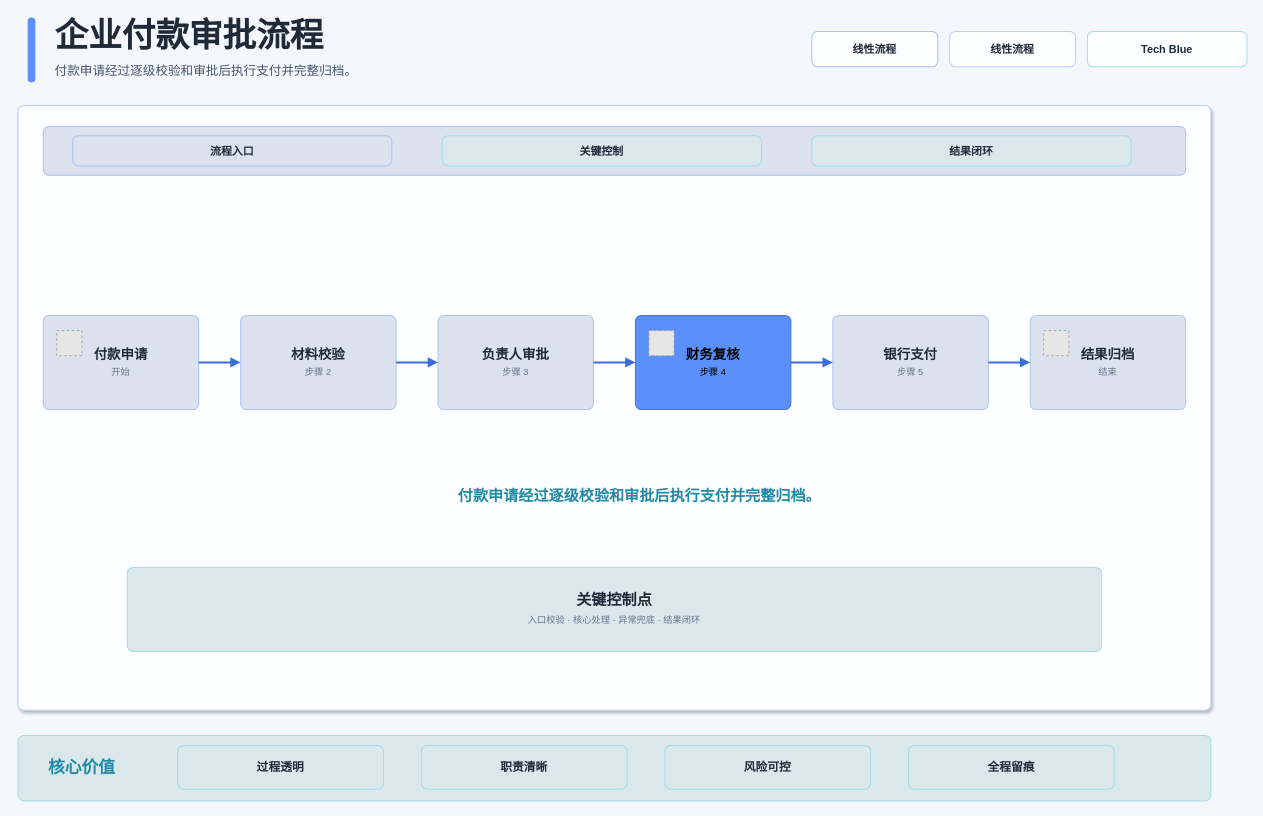
Earlier version of the draw.io diagram docs/xml-diagram/drawio/flow-linear-tech-blue-light-enterprise.drawio (BeWaterMyFriend7/SKILL-PROJECT). Source tidied: cells renumbered, new cells numbered last; positions are measured from the earlier drawing's top-left corner, leaving out a move shared by most shapes. Both pictures are drawn from the tidied source at 84%, with x=0, y=0 at pixel (18, 14). Pictures stored in the file or linked from it are replaced by grey dashed boxes.
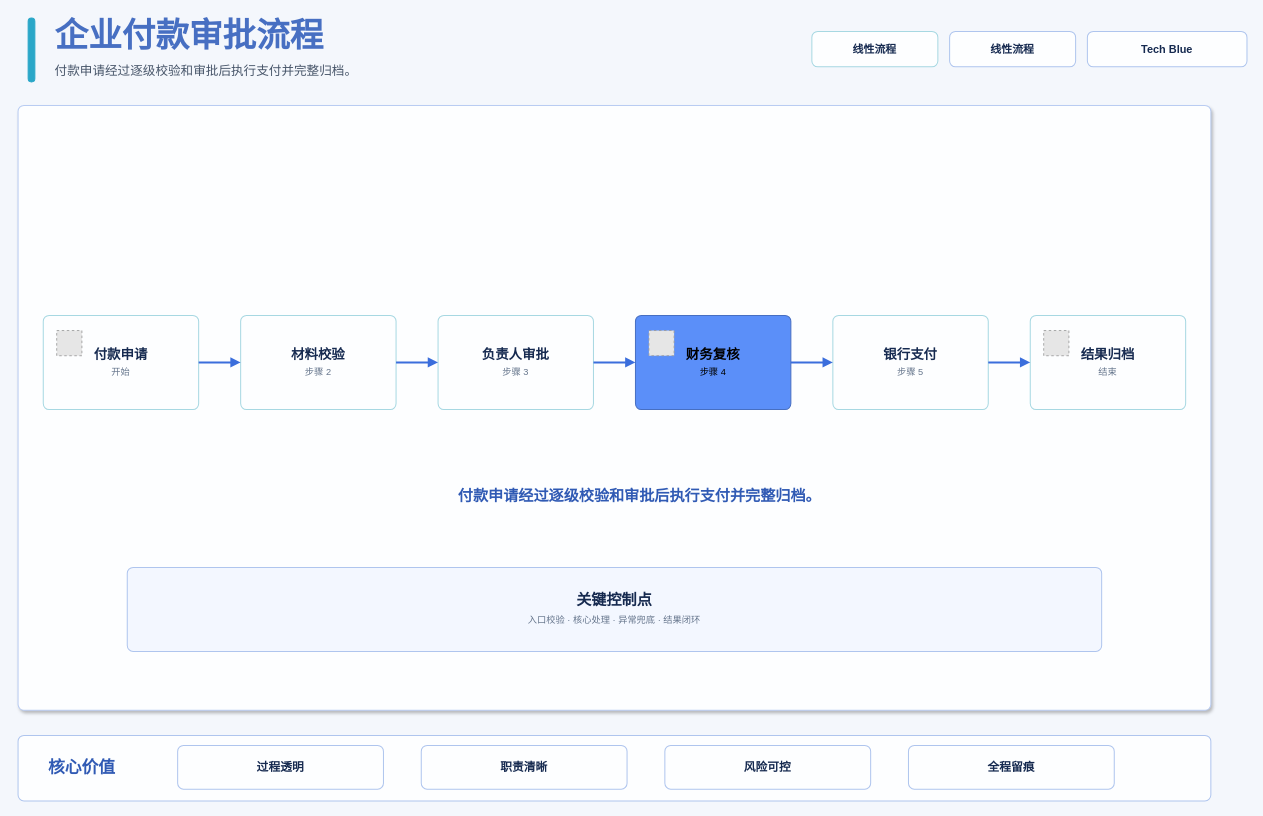
The same page after the edit.

What changed in the source:
```diff
@@
-    <mxCell id="2" style="rounded=1;absoluteArcSize=1;arcSize=14;whiteSpace=wrap;html=1;fillColor=#5B8FF9;strokeColor=#5B8FF9;strokeWidth=1.2;fontColor=#000000;fontSize=12;fontFamily=Microsoft YaHei;align=center;verticalAlign=middle;" parent="1" vertex="1">
+    <mxCell id="2" style="rounded=1;absoluteArcSize=1;arcSize=14;whiteSpace=wrap;html=1;fillColor=#2AA7C8;strokeColor=#2AA7C8;strokeWidth=1.2;fontColor=#000000;fontSize=12;fontFamily=Microsoft YaHei;align=center;verticalAlign=middle;" parent="1" vertex="1">
       <mxGeometry x="12" y="4" width="8" height="76" as="geometry" />
     </mxCell>
-    <mxCell id="3" value="企业付款审批流程" style="rounded=1;absoluteArcSize=1;arcSize=14;whiteSpace=wrap;html=1;fillColor=none;strokeColor=none;strokeWidth=1.2;fontColor=#1F2937;fontSize=40;fontFamily=Microsoft YaHei;align=left;verticalAlign=middle;fontStyle=1;" parent="1" vertex="1">
+    <mxCell id="3" value="企业付款审批流程" style="rounded=1;absoluteArcSize=1;arcSize=14;whiteSpace=wrap;html=1;fillColor=none;strokeColor=none;strokeWidth=1.2;fontColor=#476FC2;fontSize=40;fontFamily=Microsoft YaHei;align=left;verticalAlign=middle;fontStyle=1;" parent="1" vertex="1">
       <mxGeometry x="42" width="760" height="48" as="geometry" />
     </mxCell>
@@
-    <mxCell id="5" value="线性流程" style="rounded=1;absoluteArcSize=1;arcSize=14;whiteSpace=wrap;html=1;fillColor=#FDFEFF;strokeColor=#ADC2F0;strokeWidth=1.2;fontColor=#1F2937;fontSize=13;fontFamily=Microsoft YaHei;align=center;verticalAlign=middle;fontStyle=1;" parent="1" vertex="1">
+    <mxCell id="5" value="线性流程" style="rounded=1;absoluteArcSize=1;arcSize=14;whiteSpace=wrap;html=1;fillColor=#FDFEFF;strokeColor=#A7D8E2;strokeWidth=1.2;fontColor=#162A50;fontSize=13;fontFamily=Microsoft YaHei;align=center;verticalAlign=middle;fontStyle=1;" parent="1" vertex="1">
       <mxGeometry x="945" y="20" width="150" height="42" as="geometry" />
     </mxCell>
-    <mxCell id="6" value="线性流程" style="rounded=1;absoluteArcSize=1;arcSize=14;whiteSpace=wrap;html=1;fillColor=#FDFEFF;strokeColor=#BAD0FC;strokeWidth=1.2;fontColor=#1F2937;fontSize=13;fontFamily=Microsoft YaHei;align=center;verticalAlign=middle;fontStyle=1;" parent="1" vertex="1">
+    <mxCell id="6" value="线性流程" style="rounded=1;absoluteArcSize=1;arcSize=14;whiteSpace=wrap;html=1;fillColor=#FDFEFF;strokeColor=#AFC5EE;strokeWidth=1.2;fontColor=#162A50;fontSize=13;fontFamily=Microsoft YaHei;align=center;verticalAlign=middle;fontStyle=1;" parent="1" vertex="1">
       <mxGeometry x="1109" y="20" width="150" height="42" as="geometry" />
     </mxCell>
-    <mxCell id="7" value="Tech Blue" style="rounded=1;absoluteArcSize=1;arcSize=14;whiteSpace=wrap;html=1;fillColor=#FDFEFF;strokeColor=#A6DAE8;strokeWidth=1.2;fontColor=#1F2937;fontSize=13;fontFamily=Microsoft YaHei;align=center;verticalAlign=middle;fontStyle=1;" parent="1" vertex="1">
+    <mxCell id="7" value="Tech Blue" style="rounded=1;absoluteArcSize=1;arcSize=14;whiteSpace=wrap;html=1;fillColor=#FDFEFF;strokeColor=#AFC5EE;strokeWidth=1.2;fontColor=#162A50;fontSize=13;fontFamily=Microsoft YaHei;align=center;verticalAlign=middle;fontStyle=1;" parent="1" vertex="1">
       <mxGeometry x="1273" y="20" width="190" height="42" as="geometry" />
     </mxCell>
-    <mxCell id="8" style="rounded=1;absoluteArcSize=1;arcSize=14;whiteSpace=wrap;html=1;fillColor=#FDFEFF;strokeColor=#BAD0FC;strokeWidth=1.2;fontColor=#1F2937;fontSize=15;fontFamily=Microsoft YaHei;align=center;verticalAlign=middle;shadow=1;" parent="1" vertex="1">
+    <mxCell id="8" style="rounded=1;absoluteArcSize=1;arcSize=14;whiteSpace=wrap;html=1;fillColor=#FDFEFF;strokeColor=#B9CCF2;strokeWidth=1.2;fontColor=#162A50;fontSize=15;fontFamily=Microsoft YaHei;align=center;verticalAlign=middle;shadow=1;" parent="1" vertex="1">
       <mxGeometry y="108" width="1420" height="720" as="geometry" />
     </mxCell>
-    <mxCell id="9" style="rounded=1;absoluteArcSize=1;arcSize=14;whiteSpace=wrap;html=1;fillColor=#DBE2EE;strokeColor=#ADC2F0;strokeWidth=1.2;fontColor=#1F2937;fontSize=15;fontFamily=Microsoft YaHei;align=center;verticalAlign=middle;" parent="1" vertex="1">
-      <mxGeometry x="30" y="133" width="1360" height="58" as="geometry" />
-    </mxCell>
-    <mxCell id="10" value="&lt;b&gt;流程入口&lt;/b&gt;" style="rounded=1;absoluteArcSize=1;arcSize=14;whiteSpace=wrap;html=1;fillColor=#DBE2EE;strokeColor=#ADC2F0;strokeWidth=1.2;fontColor=#1F2937;fontSize=13;fontFamily=Microsoft YaHei;align=center;verticalAlign=middle;" parent="1" vertex="1">
-      <mxGeometry x="65" y="144" width="380" height="36" as="geometry" />
-    </mxCell>
-    <mxCell id="11" value="&lt;b&gt;关键控制&lt;/b&gt;" style="rounded=1;absoluteArcSize=1;arcSize=14;whiteSpace=wrap;html=1;fillColor=#DAE8EC;strokeColor=#A6DAE8;strokeWidth=1.2;fontColor=#1F2937;fontSize=13;fontFamily=Microsoft YaHei;align=center;verticalAlign=middle;" parent="1" vertex="1">
-      <mxGeometry x="505" y="144" width="380" height="36" as="geometry" />
-    </mxCell>
-    <mxCell id="12" value="&lt;b&gt;结果闭环&lt;/b&gt;" style="rounded=1;absoluteArcSize=1;arcSize=14;whiteSpace=wrap;html=1;fillColor=#DAE8EC;strokeColor=#A6DAE8;strokeWidth=1.2;fontColor=#1F2937;fontSize=13;fontFamily=Microsoft YaHei;align=center;verticalAlign=middle;" parent="1" vertex="1">
-      <mxGeometry x="945" y="144" width="380" height="36" as="geometry" />
-    </mxCell>
-    <mxCell id="13" style="rounded=1;absoluteArcSize=1;arcSize=14;whiteSpace=wrap;html=1;fillColor=#DAE8EC;strokeColor=#A6DAE8;strokeWidth=1.2;fontColor=#1F2937;fontSize=15;fontFamily=Microsoft YaHei;align=center;verticalAlign=middle;" parent="1" vertex="1">
+    <mxCell id="13" style="rounded=1;absoluteArcSize=1;arcSize=14;whiteSpace=wrap;html=1;fillColor=#FDFEFF;strokeColor=#AFC5EE;strokeWidth=1.2;fontColor=#162A50;fontSize=15;fontFamily=Microsoft YaHei;align=center;verticalAlign=middle;" parent="1" vertex="1">
       <mxGeometry y="858" width="1420" height="78" as="geometry" />
     </mxCell>
-    <mxCell id="14" value="&lt;b&gt;过程透明&lt;/b&gt;" style="rounded=1;absoluteArcSize=1;arcSize=14;whiteSpace=wrap;html=1;fillColor=#DAE8EC;strokeColor=#A6DAE8;strokeWidth=1.2;fontColor=#1F2937;fontSize=14;fontFamily=Microsoft YaHei;align=center;verticalAlign=middle;" parent="1" vertex="1">
+    <mxCell id="14" value="&lt;b&gt;过程透明&lt;/b&gt;" style="rounded=1;absoluteArcSize=1;arcSize=14;whiteSpace=wrap;html=1;fillColor=#FDFEFF;strokeColor=#AFC5EE;strokeWidth=1.2;fontColor=#162A50;fontSize=14;fontFamily=Microsoft YaHei;align=center;verticalAlign=middle;" parent="1" vertex="1">
       <mxGeometry x="190" y="870" width="245" height="52" as="geometry" />
     </mxCell>
-    <mxCell id="15" value="&lt;b&gt;职责清晰&lt;/b&gt;" style="rounded=1;absoluteArcSize=1;arcSize=14;whiteSpace=wrap;html=1;fillColor=#DAE8EC;strokeColor=#A6DAE8;strokeWidth=1.2;fontColor=#1F2937;fontSize=14;fontFamily=Microsoft YaHei;align=center;verticalAlign=middle;" parent="1" vertex="1">
+    <mxCell id="15" value="&lt;b&gt;职责清晰&lt;/b&gt;" style="rounded=1;absoluteArcSize=1;arcSize=14;whiteSpace=wrap;html=1;fillColor=#FDFEFF;strokeColor=#AFC5EE;strokeWidth=1.2;fontColor=#162A50;fontSize=14;fontFamily=Microsoft YaHei;align=center;verticalAlign=middle;" parent="1" vertex="1">
       <mxGeometry x="480" y="870" width="245" height="52" as="geometry" />
     </mxCell>
-    <mxCell id="16" value="&lt;b&gt;风险可控&lt;/b&gt;" style="rounded=1;absoluteArcSize=1;arcSize=14;whiteSpace=wrap;html=1;fillColor=#DAE8EC;strokeColor=#A6DAE8;strokeWidth=1.2;fontColor=#1F2937;fontSize=14;fontFamily=Microsoft YaHei;align=center;verticalAlign=middle;" parent="1" vertex="1">
+    <mxCell id="16" value="&lt;b&gt;风险可控&lt;/b&gt;" style="rounded=1;absoluteArcSize=1;arcSize=14;whiteSpace=wrap;html=1;fillColor=#FDFEFF;strokeColor=#AFC5EE;strokeWidth=1.2;fontColor=#162A50;fontSize=14;fontFamily=Microsoft YaHei;align=center;verticalAlign=middle;" parent="1" vertex="1">
       <mxGeometry x="770" y="870" width="245" height="52" as="geometry" />
     </mxCell>
-    <mxCell id="17" value="&lt;b&gt;全程留痕&lt;/b&gt;" style="rounded=1;absoluteArcSize=1;arcSize=14;whiteSpace=wrap;html=1;fillColor=#DAE8EC;strokeColor=#A6DAE8;strokeWidth=1.2;fontColor=#1F2937;fontSize=14;fontFamily=Microsoft YaHei;align=center;verticalAlign=middle;" parent="1" vertex="1">
+    <mxCell id="17" value="&lt;b&gt;全程留痕&lt;/b&gt;" style="rounded=1;absoluteArcSize=1;arcSize=14;whiteSpace=wrap;html=1;fillColor=#FDFEFF;strokeColor=#AFC5EE;strokeWidth=1.2;fontColor=#162A50;fontSize=14;fontFamily=Microsoft YaHei;align=center;verticalAlign=middle;" parent="1" vertex="1">
       <mxGeometry x="1060" y="870" width="245" height="52" as="geometry" />
     </mxCell>
-    <mxCell id="18" value="&lt;b&gt;付款申请&lt;/b&gt;&lt;br&gt;&lt;font style='font-size:11px;color:#64748B'&gt;开始&lt;/font&gt;" style="rounded=1;absoluteArcSize=1;arcSize=14;whiteSpace=wrap;html=1;fillColor=#DBE2EE;strokeColor=#ADC2F0;strokeWidth=1.2;fontColor=#1F2937;fontSize=16;fontFamily=Microsoft YaHei;align=center;verticalAlign=middle;" parent="1" vertex="1">
+    <mxCell id="18" value="&lt;b&gt;付款申请&lt;/b&gt;&lt;br&gt;&lt;font style='font-size:11px;color:#64748B'&gt;开始&lt;/font&gt;" style="rounded=1;absoluteArcSize=1;arcSize=14;whiteSpace=wrap;html=1;fillColor=#FDFEFF;strokeColor=#A7D8E2;strokeWidth=1.2;fontColor=#162A50;fontSize=16;fontFamily=Microsoft YaHei;align=center;verticalAlign=middle;" parent="1" vertex="1">
       <mxGeometry x="30" y="358" width="185" height="112" as="geometry" />
     </mxCell>
-    <mxCell id="19" value="&lt;b&gt;材料校验&lt;/b&gt;&lt;br&gt;&lt;font style='font-size:11px;color:#64748B'&gt;步骤 2&lt;/font&gt;" style="rounded=1;absoluteArcSize=1;arcSize=14;whiteSpace=wrap;html=1;fillColor=#DBE2EE;strokeColor=#ADC2F0;strokeWidth=1.2;fontColor=#1F2937;fontSize=16;fontFamily=Microsoft YaHei;align=center;verticalAlign=middle;" parent="1" vertex="1">
+    <mxCell id="19" value="&lt;b&gt;材料校验&lt;/b&gt;&lt;br&gt;&lt;font style='font-size:11px;color:#64748B'&gt;步骤 2&lt;/font&gt;" style="rounded=1;absoluteArcSize=1;arcSize=14;whiteSpace=wrap;html=1;fillColor=#FDFEFF;strokeColor=#A7D8E2;strokeWidth=1.2;fontColor=#162A50;fontSize=16;fontFamily=Microsoft YaHei;align=center;verticalAlign=middle;" parent="1" vertex="1">
       <mxGeometry x="265" y="358" width="185" height="112" as="geometry" />
     </mxCell>
-    <mxCell id="20" value="&lt;b&gt;负责人审批&lt;/b&gt;&lt;br&gt;&lt;font style='font-size:11px;color:#64748B'&gt;步骤 3&lt;/font&gt;" style="rounded=1;absoluteArcSize=1;arcSize=14;whiteSpace=wrap;html=1;fillColor=#DBE2EE;strokeColor=#ADC2F0;strokeWidth=1.2;fontColor=#1F2937;fontSize=16;fontFamily=Microsoft YaHei;align=center;verticalAlign=middle;" parent="1" vertex="1">
+    <mxCell id="20" value="&lt;b&gt;负责人审批&lt;/b&gt;&lt;br&gt;&lt;font style='font-size:11px;color:#64748B'&gt;步骤 3&lt;/font&gt;" style="rounded=1;absoluteArcSize=1;arcSize=14;whiteSpace=wrap;html=1;fillColor=#FDFEFF;strokeColor=#A7D8E2;strokeWidth=1.2;fontColor=#162A50;fontSize=16;fontFamily=Microsoft YaHei;align=center;verticalAlign=middle;" parent="1" vertex="1">
       <mxGeometry x="500" y="358" width="185" height="112" as="geometry" />
     </mxCell>
-    <mxCell id="21" value="&lt;b&gt;财务复核&lt;/b&gt;&lt;br&gt;&lt;font style='font-size:11px;color:#000000'&gt;步骤 4&lt;/font&gt;" style="rounded=1;absoluteArcSize=1;arcSize=14;whiteSpace=wrap;html=1;fillColor=#5B8FF9;strokeColor=#4B75CC;strokeWidth=1.2;fontColor=#000000;fontSize=16;fontFamily=Microsoft YaHei;align=center;verticalAlign=middle;" parent="1" vertex="1">
+    <mxCell id="21" value="&lt;b&gt;财务复核&lt;/b&gt;&lt;br&gt;&lt;font style='font-size:11px;color:#000000'&gt;步骤 4&lt;/font&gt;" style="rounded=1;absoluteArcSize=1;arcSize=14;whiteSpace=wrap;html=1;fillColor=#5B8FF9;strokeColor=#476FC2;strokeWidth=1.2;fontColor=#000000;fontSize=16;fontFamily=Microsoft YaHei;align=center;verticalAlign=middle;" parent="1" vertex="1">
       <mxGeometry x="735" y="358" width="185" height="112" as="geometry" />
     </mxCell>
-    <mxCell id="22" value="&lt;b&gt;银行支付&lt;/b&gt;&lt;br&gt;&lt;font style='font-size:11px;color:#64748B'&gt;步骤 5&lt;/font&gt;" style="rounded=1;absoluteArcSize=1;arcSize=14;whiteSpace=wrap;html=1;fillColor=#DBE2EE;strokeColor=#ADC2F0;strokeWidth=1.2;fontColor=#1F2937;fontSize=16;fontFamily=Microsoft YaHei;align=center;verticalAlign=middle;" parent="1" vertex="1">
+    <mxCell id="22" value="&lt;b&gt;银行支付&lt;/b&gt;&lt;br&gt;&lt;font style='font-size:11px;color:#64748B'&gt;步骤 5&lt;/font&gt;" style="rounded=1;absoluteArcSize=1;arcSize=14;whiteSpace=wrap;html=1;fillColor=#FDFEFF;strokeColor=#A7D8E2;strokeWidth=1.2;fontColor=#162A50;fontSize=16;fontFamily=Microsoft YaHei;align=center;verticalAlign=middle;" parent="1" vertex="1">
       <mxGeometry x="970" y="358" width="185" height="112" as="geometry" />
     </mxCell>
-    <mxCell id="23" value="&lt;b&gt;结果归档&lt;/b&gt;&lt;br&gt;&lt;font style='font-size:11px;color:#64748B'&gt;结束&lt;/font&gt;" style="rounded=1;absoluteArcSize=1;arcSize=14;whiteSpace=wrap;html=1;fillColor=#DBE2EE;strokeColor=#ADC2F0;strokeWidth=1.2;fontColor=#1F2937;fontSize=16;fontFamily=Microsoft YaHei;align=center;verticalAlign=middle;" parent="1" vertex="1">
+    <mxCell id="23" value="&lt;b&gt;结果归档&lt;/b&gt;&lt;br&gt;&lt;font style='font-size:11px;color:#64748B'&gt;结束&lt;/font&gt;" style="rounded=1;absoluteArcSize=1;arcSize=14;whiteSpace=wrap;html=1;fillColor=#FDFEFF;strokeColor=#A7D8E2;strokeWidth=1.2;fontColor=#162A50;fontSize=16;fontFamily=Microsoft YaHei;align=center;verticalAlign=middle;" parent="1" vertex="1">
       <mxGeometry x="1205" y="358" width="185" height="112" as="geometry" />
     </mxCell>
-    <mxCell id="24" value="&lt;b&gt;关键控制点&lt;/b&gt;&lt;br&gt;&lt;font style='font-size:11px;color:#64748B'&gt;入口校验 · 核心处理 · 异常兜底 · 结果闭环&lt;/font&gt;" style="rounded=1;absoluteArcSize=1;arcSize=14;whiteSpace=wrap;html=1;fillColor=#DAE8EC;strokeColor=#A6DAE8;strokeWidth=1.2;fontColor=#1F2937;fontSize=18;fontFamily=Microsoft YaHei;align=center;verticalAlign=middle;" parent="1" vertex="1">
+    <mxCell id="24" value="&lt;b&gt;关键控制点&lt;/b&gt;&lt;br&gt;&lt;font style='font-size:11px;color:#64748B'&gt;入口校验 · 核心处理 · 异常兜底 · 结果闭环&lt;/font&gt;" style="rounded=1;absoluteArcSize=1;arcSize=14;whiteSpace=wrap;html=1;fillColor=#F3F7FF;strokeColor=#AFC5EE;strokeWidth=1.2;fontColor=#162A50;fontSize=18;fontFamily=Microsoft YaHei;align=center;verticalAlign=middle;" parent="1" vertex="1">
       <mxGeometry x="130" y="658" width="1160" height="100" as="geometry" />
     </mxCell>
-    <mxCell id="25" value="核心价值" style="rounded=1;absoluteArcSize=1;arcSize=14;whiteSpace=wrap;html=1;fillColor=none;strokeColor=none;strokeWidth=1.2;fontColor=#2289A4;fontSize=20;fontFamily=Microsoft YaHei;align=left;verticalAlign=middle;fontStyle=1;" parent="1" vertex="1">
+    <mxCell id="25" value="核心价值" style="rounded=1;absoluteArcSize=1;arcSize=14;whiteSpace=wrap;html=1;fillColor=none;strokeColor=none;strokeWidth=1.2;fontColor=#305AB4;fontSize=20;fontFamily=Microsoft YaHei;align=left;verticalAlign=middle;fontStyle=1;" parent="1" vertex="1">
       <mxGeometry x="34" y="874" width="130" height="42" as="geometry" />
     </mxCell>
-    <mxCell id="26" value="付款申请经过逐级校验和审批后执行支付并完整归档。" style="rounded=1;absoluteArcSize=1;arcSize=14;whiteSpace=wrap;html=1;fillColor=none;strokeColor=none;strokeWidth=1.2;fontColor=#2289A4;fontSize=18;fontFamily=Microsoft YaHei;align=center;verticalAlign=middle;fontStyle=1;" parent="1" vertex="1">
+    <mxCell id="26" value="付款申请经过逐级校验和审批后执行支付并完整归档。" style="rounded=1;absoluteArcSize=1;arcSize=14;whiteSpace=wrap;html=1;fillColor=none;strokeColor=none;strokeWidth=1.2;fontColor=#305AB4;fontSize=18;fontFamily=Microsoft YaHei;align=center;verticalAlign=middle;fontStyle=1;" parent="1" vertex="1">
       <mxGeometry x="220" y="538" width="1040" height="70" as="geometry" />
     </mxCell>
```
